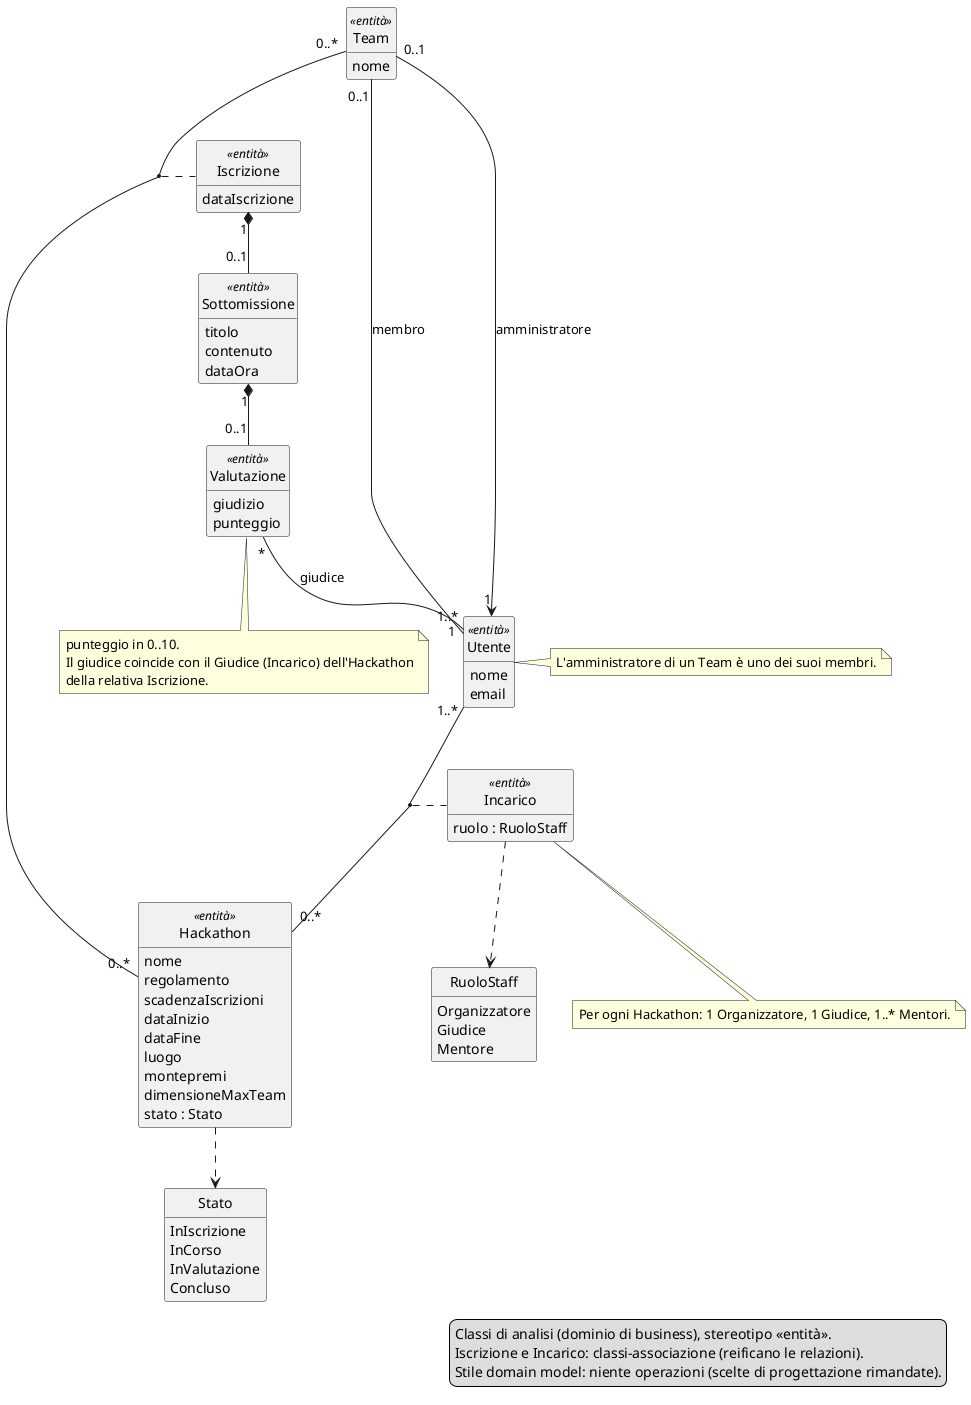
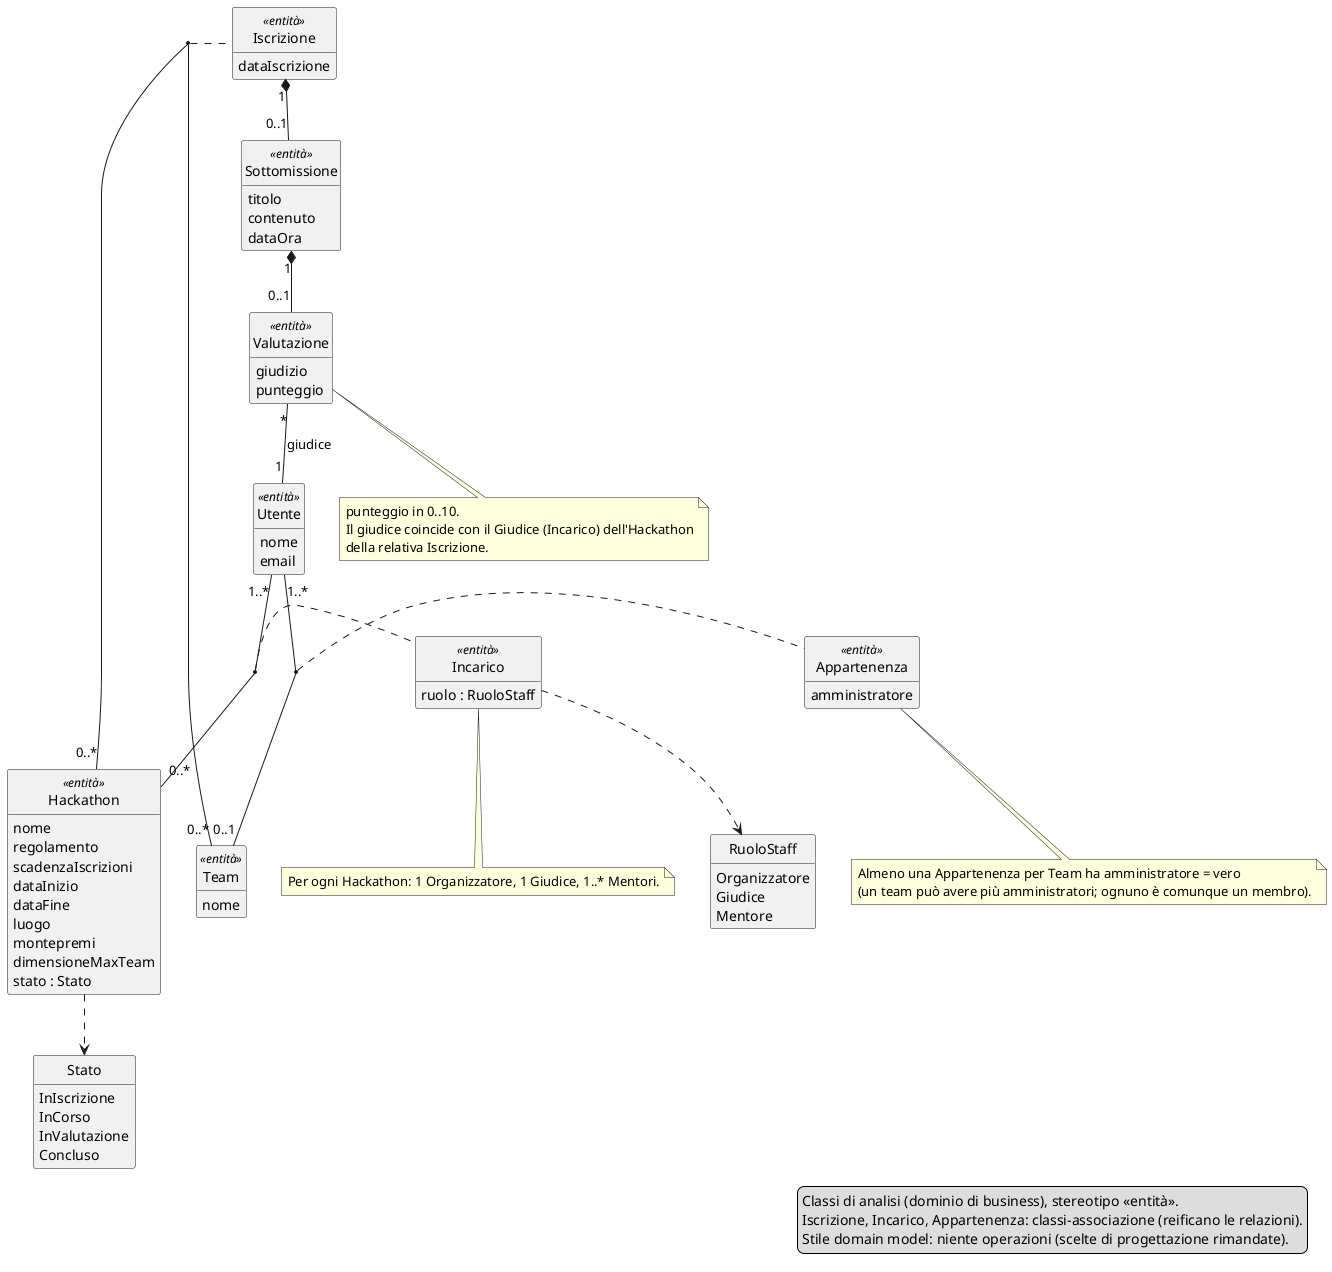
@startuml CLASSI_ANALISI_HackHub
' CLASSI DI ANALISI - 1a iterazione HackHub. Solo dominio di business (UML_03 slide 11).
' Stile domain model: niente operazioni (UML_03 slide 13). Ruoli staff reificati in Incarico
- ' (UML_02 slide 6). Iscrizione e Incarico = classi-associazione (UML_04 slide 10).
+ ' (UML_02 slide 6). Iscrizione, Incarico e Appartenenza = classi-associazione (UML_04 slide 10).
' Coerente con useCase.puml e CASI_USO_REALIZZATI.md (5 UC della 1a iterazione).
hide empty members
hide circle

enum Stato {
  InIscrizione
  InCorso
  InValutazione
  Concluso
}

enum RuoloStaff {
  Organizzatore
  Giudice
  Mentore
}

class Utente <<entità>> {
  nome
  email
}

class Hackathon <<entità>> {
  nome
  regolamento
  scadenzaIscrizioni
  dataInizio
  dataFine
  luogo
  montepremi
  dimensioneMaxTeam
  stato : Stato
}

class Team <<entità>> {
  nome
}

class Iscrizione <<entità>> {
  dataIscrizione
}

class Incarico <<entità>> {
  ruolo : RuoloStaff
}

+ class Appartenenza <<entità>> {
+   amministratore
+ }
+ 
class Sottomissione <<entità>> {
  titolo
  contenuto
  dataOra
}

class Valutazione <<entità>> {
  giudizio
  punteggio
}

' ===== Staff: ruolo reificato (Incarico) tra Utente e Hackathon =====
Utente "1..*" -- "0..*" Hackathon
(Utente, Hackathon) .. Incarico
Incarico ..> RuoloStaff

- ' ===== Appartenenza a un team =====
- Team "0..1" -- "1..*" Utente : membro
- Team "0..1" --> "1" Utente : amministratore
+ ' ===== Appartenenza a un team: admin reificato come flag (l'admin è un membro) =====
+ Utente "1..*" -- "0..1" Team
+ (Utente, Team) .. Appartenenza

' ===== Iscrizione: classe associazione Team-Hackathon, e catena del valore =====
Team "0..*" -- "0..*" Hackathon
(Team, Hackathon) .. Iscrizione
Iscrizione "1" *-- "0..1" Sottomissione
Sottomissione "1" *-- "0..1" Valutazione
Valutazione "*" -- "1" Utente : giudice

' ===== Stato del ciclo di vita =====
Hackathon ..> Stato

note bottom of Incarico
  Per ogni Hackathon: 1 Organizzatore, 1 Giudice, 1..* Mentori.
end note

+ note bottom of Appartenenza
+   Almeno una Appartenenza per Team ha amministratore = vero
+   (un team può avere più amministratori; ognuno è comunque un membro).
+ end note
+ 
note bottom of Valutazione
  punteggio in 0..10.
  Il giudice coincide con il Giudice (Incarico) dell'Hackathon
  della relativa Iscrizione.
end note

- note right of Utente
-   L'amministratore di un Team è uno dei suoi membri.
- end note
- 
legend right
  Classi di analisi (dominio di business), stereotipo «entità».
-   Iscrizione e Incarico: classi-associazione (reificano le relazioni).
+   Iscrizione, Incarico, Appartenenza: classi-associazione (reificano le relazioni).
  Stile domain model: niente operazioni (scelte di progettazione rimandate).
endlegend

@enduml
